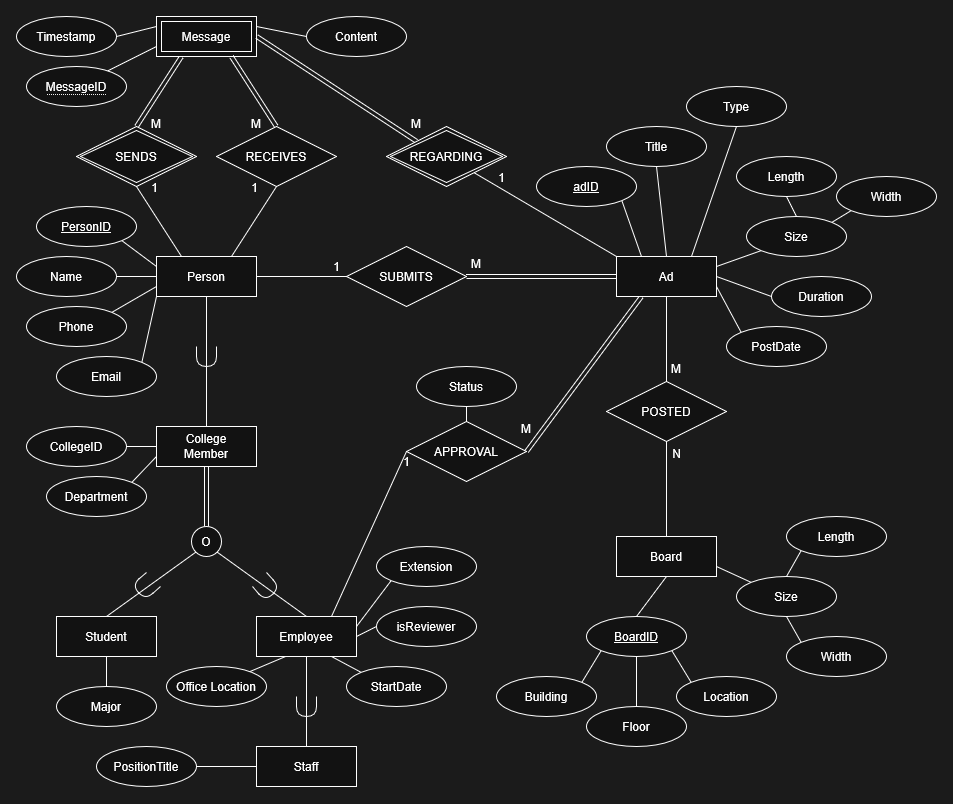
This is docs/eer-diagram.png from mikeverwer/AdPostingDatabase, a draw.io export, as it was before one commit. Source tidied: cells renumbered, new cells last; positions are measured from the earlier drawing's top-left corner, leaving out a move shared by most shapes.
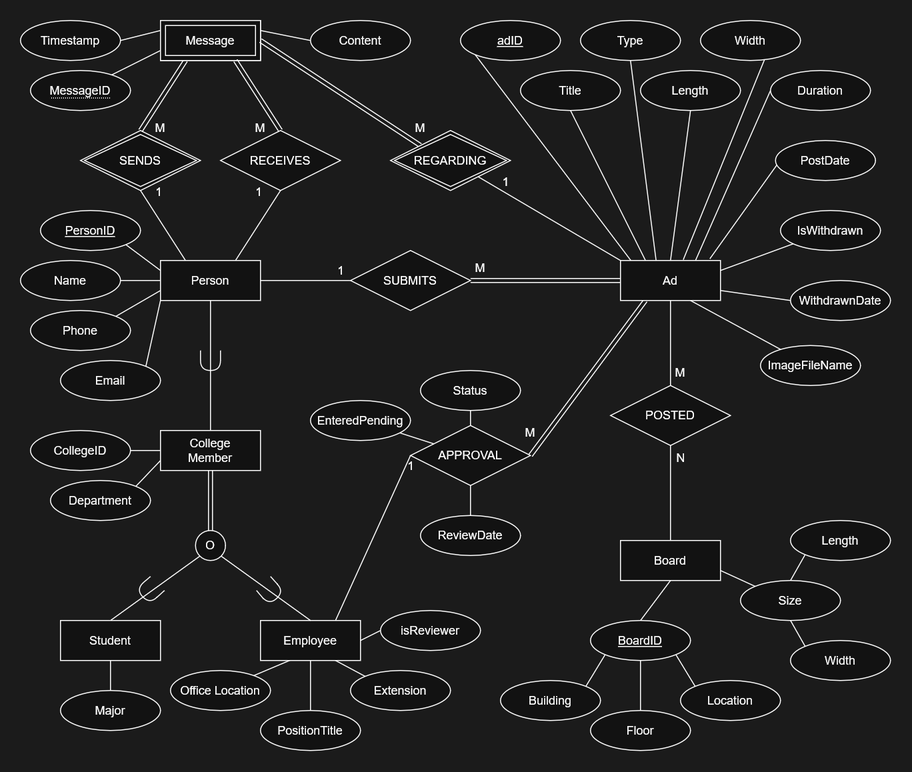
The same file after the commit.

Change to the diagram source:
```diff
@@ -1,4 +1,4 @@
-<mxGraphModel background="light-dark(#FFFFFF,#1B1B1B)">
+<mxGraphModel background="light-dark(#DCDCDC,#1B1B1B)">
   <root>
     <mxCell id="0" />
     <mxCell id="1" parent="0" />
@@ -71,31 +71,22 @@
     <mxCell id="24" style="edgeStyle=none;rounded=0;jettySize=auto;html=1;exitX=1;exitY=0.5;exitDx=0;exitDy=0;entryX=0;entryY=0.5;entryDx=0;entryDy=0;endArrow=none;endFill=0;" parent="1" edge="1" source="26" target="114">
       <mxGeometry relative="1" as="geometry" />
     </mxCell>
-    <mxCell id="25" style="edgeStyle=none;rounded=0;jettySize=auto;html=1;exitX=1;exitY=0.25;exitDx=0;exitDy=0;entryX=0;entryY=1;entryDx=0;entryDy=0;endArrow=none;endFill=0;" parent="1" edge="1" source="26" target="124">
-      <mxGeometry relative="1" as="geometry" />
-    </mxCell>
     <mxCell id="26" value="Employee" style="whiteSpace=wrap;html=1;align=center;" parent="1" vertex="1">
       <mxGeometry x="240" y="600" width="100" height="40" as="geometry" />
     </mxCell>
-    <mxCell id="27" style="edgeStyle=none;rounded=0;jettySize=auto;html=1;exitX=0.5;exitY=1;exitDx=0;exitDy=0;entryX=0.5;entryY=0;entryDx=0;entryDy=0;endArrow=none;endFill=0;" parent="1" edge="1" source="26" target="29">
-      <mxGeometry relative="1" as="geometry" />
-    </mxCell>
-    <mxCell id="28" style="edgeStyle=none;rounded=0;jettySize=auto;html=1;exitX=0;exitY=0.5;exitDx=0;exitDy=0;entryX=1;entryY=0.5;entryDx=0;entryDy=0;endArrow=none;endFill=0;" parent="1" edge="1" source="29" target="31">
+    <mxCell id="28" style="edgeStyle=none;rounded=0;jettySize=auto;html=1;exitX=0.5;exitY=1;exitDx=0;exitDy=0;entryX=0.5;entryY=0;entryDx=0;entryDy=0;endArrow=none;endFill=0;" parent="1" edge="1" source="26" target="31">
       <mxGeometry relative="1" as="geometry" />
     </mxCell>
-    <mxCell id="29" value="Staff" style="whiteSpace=wrap;html=1;align=center;" parent="1" vertex="1">
-      <mxGeometry x="240" y="730" width="100" height="40" as="geometry" />
-    </mxCell>
     <mxCell id="30" value="Major" style="ellipse;whiteSpace=wrap;html=1;align=center;" parent="1" vertex="1">
       <mxGeometry x="40" y="670" width="100" height="40" as="geometry" />
     </mxCell>
     <mxCell id="31" value="PositionTitle" style="ellipse;whiteSpace=wrap;html=1;align=center;" parent="1" vertex="1">
-      <mxGeometry x="80" y="730" width="100" height="40" as="geometry" />
+      <mxGeometry x="240" y="690" width="100" height="40" as="geometry" />
     </mxCell>
     <mxCell id="32" value="Office Location" style="ellipse;whiteSpace=wrap;html=1;align=center;" parent="1" vertex="1">
       <mxGeometry x="150" y="650" width="100" height="40" as="geometry" />
     </mxCell>
-    <mxCell id="33" value="&lt;div&gt;StartDate&lt;/div&gt;" style="ellipse;whiteSpace=wrap;html=1;align=center;" parent="1" vertex="1">
+    <mxCell id="33" value="Extension" style="ellipse;whiteSpace=wrap;html=1;align=center;" parent="1" vertex="1">
       <mxGeometry x="330" y="650" width="100" height="40" as="geometry" />
     </mxCell>
     <mxCell id="34" value="&lt;div align=&quot;center&quot;&gt;CollegeID&lt;/div&gt;" style="ellipse;whiteSpace=wrap;html=1;align=center;" parent="1" vertex="1">
@@ -119,24 +110,6 @@
         <mxPoint y="10" as="targetPoint" />
       </mxGeometry>
     </mxCell>
-    <mxCell id="39" style="group;rotation=90;" parent="1" vertex="1">
-      <mxGeometry x="280" y="680" width="20" height="20" as="geometry" />
-    </mxCell>
-    <mxCell id="40" style="shape=requiredInterface;html=1;verticalLabelPosition=bottom;sketch=0;rotation=90;" parent="39" vertex="1">
-      <mxGeometry x="5" y="5" width="10" height="20" as="geometry" />
-    </mxCell>
-    <mxCell id="41" style="endArrow=none;html=1;rounded=0;" parent="39" edge="1">
-      <mxGeometry relative="1" as="geometry">
-        <mxPoint x="20" as="sourcePoint" />
-        <mxPoint x="20" y="10" as="targetPoint" />
-      </mxGeometry>
-    </mxCell>
-    <mxCell id="42" style="endArrow=none;html=1;rounded=0;" parent="39" edge="1">
-      <mxGeometry relative="1" as="geometry">
-        <mxPoint as="sourcePoint" />
-        <mxPoint y="10" as="targetPoint" />
-      </mxGeometry>
-    </mxCell>
     <mxCell id="43" style="edgeStyle=none;rounded=0;jettySize=auto;html=1;exitX=0.5;exitY=0;exitDx=0;exitDy=0;entryX=0.5;entryY=1;entryDx=0;entryDy=0;endArrow=none;endFill=0;shape=link;" parent="1" edge="1" source="45" target="16">
       <mxGeometry relative="1" as="geometry" />
     </mxCell>
@@ -178,22 +151,19 @@
         <mxPoint x="-4" y="10" as="sourcePoint" />
       </mxGeometry>
     </mxCell>
-    <mxCell id="54" style="edgeStyle=none;rounded=0;jettySize=auto;html=1;exitX=0.25;exitY=0;exitDx=0;exitDy=0;entryX=1;entryY=1;entryDx=0;entryDy=0;endArrow=none;endFill=0;" parent="1" edge="1" source="63" target="65">
+    <mxCell id="54" style="edgeStyle=none;rounded=0;jettySize=auto;html=1;exitX=0.108;exitY=0.014;exitDx=0;exitDy=0;entryX=0;entryY=1;entryDx=0;entryDy=0;endArrow=none;endFill=0;exitPerimeter=0;" parent="1" edge="1" source="63" target="65">
       <mxGeometry relative="1" as="geometry" />
     </mxCell>
-    <mxCell id="55" style="edgeStyle=none;rounded=0;jettySize=auto;html=1;exitX=0.75;exitY=0;exitDx=0;exitDy=0;entryX=0.5;entryY=1;entryDx=0;entryDy=0;endArrow=none;endFill=0;" parent="1" edge="1" source="63" target="64">
+    <mxCell id="55" style="edgeStyle=none;rounded=0;jettySize=auto;html=1;exitX=0.356;exitY=0.002;exitDx=0;exitDy=0;entryX=0.5;entryY=1;entryDx=0;entryDy=0;endArrow=none;endFill=0;exitPerimeter=0;" parent="1" edge="1" source="63" target="64">
       <mxGeometry relative="1" as="geometry" />
     </mxCell>
-    <mxCell id="56" style="edgeStyle=none;rounded=0;jettySize=auto;html=1;exitX=1;exitY=0.25;exitDx=0;exitDy=0;entryX=0;entryY=1;entryDx=0;entryDy=0;endArrow=none;endFill=0;" parent="1" edge="1" source="63" target="70">
-      <mxGeometry relative="1" as="geometry" />
-    </mxCell>
-    <mxCell id="57" style="edgeStyle=none;rounded=0;jettySize=auto;html=1;exitX=1;exitY=0.5;exitDx=0;exitDy=0;entryX=0;entryY=0.5;entryDx=0;entryDy=0;endArrow=none;endFill=0;" parent="1" edge="1" source="63" target="67">
+    <mxCell id="57" style="edgeStyle=none;rounded=0;jettySize=auto;html=1;exitX=0.75;exitY=0;exitDx=0;exitDy=0;entryX=0;entryY=0.5;entryDx=0;entryDy=0;endArrow=none;endFill=0;" parent="1" edge="1" source="63" target="67">
       <mxGeometry relative="1" as="geometry" />
     </mxCell>
-    <mxCell id="58" style="edgeStyle=none;rounded=0;jettySize=auto;html=1;exitX=1;exitY=0.75;exitDx=0;exitDy=0;entryX=0;entryY=0;entryDx=0;entryDy=0;endArrow=none;endFill=0;" parent="1" edge="1" source="63" target="66">
+    <mxCell id="58" style="edgeStyle=none;rounded=0;jettySize=auto;html=1;exitX=0.894;exitY=-0.044;exitDx=0;exitDy=0;entryX=0;entryY=0;entryDx=0;entryDy=0;endArrow=none;endFill=0;exitPerimeter=0;" parent="1" edge="1" source="63" target="66">
       <mxGeometry relative="1" as="geometry" />
     </mxCell>
-    <mxCell id="59" style="edgeStyle=none;rounded=0;jettySize=auto;html=1;exitX=0.5;exitY=0;exitDx=0;exitDy=0;entryX=0.5;entryY=1;entryDx=0;entryDy=0;endArrow=none;endFill=0;" parent="1" edge="1" source="63" target="95">
+    <mxCell id="59" style="edgeStyle=none;rounded=0;jettySize=auto;html=1;exitX=0.25;exitY=0;exitDx=0;exitDy=0;entryX=0.5;entryY=1;entryDx=0;entryDy=0;endArrow=none;endFill=0;" parent="1" edge="1" source="63" target="95">
       <mxGeometry relative="1" as="geometry" />
     </mxCell>
     <mxCell id="60" style="edgeStyle=none;rounded=0;jettySize=auto;html=1;exitX=0.25;exitY=1;exitDx=0;exitDy=0;entryX=1;entryY=0.5;entryDx=0;entryDy=0;endArrow=none;endFill=0;shape=link;" parent="1" edge="1" source="63" target="107">
@@ -209,31 +179,28 @@
       <mxGeometry x="600" y="240" width="100" height="40" as="geometry" />
     </mxCell>
     <mxCell id="64" value="Type" style="ellipse;whiteSpace=wrap;html=1;align=center;" parent="1" vertex="1">
-      <mxGeometry x="670" y="69.9" width="100" height="40" as="geometry" />
+      <mxGeometry x="560" width="100" height="40" as="geometry" />
     </mxCell>
     <mxCell id="65" value="adID" style="ellipse;whiteSpace=wrap;html=1;align=center;fontStyle=4;" parent="1" vertex="1">
-      <mxGeometry x="520" y="150" width="100" height="40" as="geometry" />
+      <mxGeometry x="440" width="100" height="40" as="geometry" />
     </mxCell>
     <mxCell id="66" value="PostDate" style="ellipse;whiteSpace=wrap;html=1;align=center;" parent="1" vertex="1">
-      <mxGeometry x="710" y="310" width="100" height="40" as="geometry" />
+      <mxGeometry x="755" y="120" width="100" height="40" as="geometry" />
     </mxCell>
     <mxCell id="67" value="Duration" style="ellipse;whiteSpace=wrap;html=1;align=center;" parent="1" vertex="1">
-      <mxGeometry x="755" y="260" width="100" height="40" as="geometry" />
+      <mxGeometry x="750" y="50" width="100" height="40" as="geometry" />
     </mxCell>
-    <mxCell id="68" style="edgeStyle=none;rounded=0;jettySize=auto;html=1;exitX=0.5;exitY=0;exitDx=0;exitDy=0;entryX=0.5;entryY=1;entryDx=0;entryDy=0;endArrow=none;endFill=0;" parent="1" edge="1" source="70" target="71">
+    <mxCell id="68" style="edgeStyle=none;rounded=0;jettySize=auto;html=1;exitX=0.5;exitY=0;exitDx=0;exitDy=0;entryX=0.5;entryY=1;entryDx=0;entryDy=0;endArrow=none;endFill=0;" parent="1" edge="1" source="63" target="71">
       <mxGeometry relative="1" as="geometry" />
     </mxCell>
-    <mxCell id="69" style="edgeStyle=none;rounded=0;jettySize=auto;html=1;exitX=1;exitY=0;exitDx=0;exitDy=0;entryX=0;entryY=1;entryDx=0;entryDy=0;endArrow=none;endFill=0;" parent="1" edge="1" source="70" target="72">
+    <mxCell id="69" style="edgeStyle=none;rounded=0;jettySize=auto;html=1;exitX=0.628;exitY=-0.021;exitDx=0;exitDy=0;endArrow=none;endFill=0;exitPerimeter=0;entryX=0.651;entryY=0.91;entryDx=0;entryDy=0;entryPerimeter=0;" parent="1" edge="1" source="63" target="72">
       <mxGeometry relative="1" as="geometry" />
     </mxCell>
-    <mxCell id="70" value="Size" style="ellipse;whiteSpace=wrap;html=1;align=center;" parent="1" vertex="1">
-      <mxGeometry x="730" y="200" width="100" height="40" as="geometry" />
-    </mxCell>
     <mxCell id="71" value="Length" style="ellipse;whiteSpace=wrap;html=1;align=center;" parent="1" vertex="1">
-      <mxGeometry x="720" y="140" width="100" height="40" as="geometry" />
+      <mxGeometry x="620" y="50" width="100" height="40" as="geometry" />
     </mxCell>
     <mxCell id="72" value="Width" style="ellipse;whiteSpace=wrap;html=1;align=center;" parent="1" vertex="1">
-      <mxGeometry x="820" y="160" width="100" height="40" as="geometry" />
+      <mxGeometry x="680" width="100" height="40" as="geometry" />
     </mxCell>
     <mxCell id="73" style="edgeStyle=none;rounded=0;jettySize=auto;html=1;exitX=0.5;exitY=1;exitDx=0;exitDy=0;entryX=0.5;entryY=0;entryDx=0;entryDy=0;endArrow=none;endFill=0;" parent="1" edge="1" source="76" target="80">
       <mxGeometry relative="1" as="geometry" />
@@ -302,7 +269,7 @@
       <mxGeometry x="290" width="100" height="40" as="geometry" />
     </mxCell>
     <mxCell id="95" value="Title" style="ellipse;whiteSpace=wrap;html=1;align=center;" parent="1" vertex="1">
-      <mxGeometry x="590" y="110" width="100" height="40" as="geometry" />
+      <mxGeometry x="500" y="50" width="100" height="40" as="geometry" />
     </mxCell>
     <mxCell id="96" style="edgeStyle=none;rounded=0;jettySize=auto;html=1;exitX=0.5;exitY=0;exitDx=0;exitDy=0;entryX=0.25;entryY=1;entryDx=0;entryDy=0;endArrow=none;endFill=0;shape=link;" parent="1" edge="1" source="101" target="99">
       <mxGeometry relative="1" as="geometry" />
@@ -406,8 +373,35 @@
     <mxCell id="123" value="RECEIVES" style="shape=rhombus;perimeter=rhombusPerimeter;whiteSpace=wrap;html=1;align=center;" parent="1" vertex="1">
       <mxGeometry x="200" y="110" width="120" height="60" as="geometry" />
     </mxCell>
-    <mxCell id="124" value="Extension" style="ellipse;whiteSpace=wrap;html=1;align=center;" parent="1" vertex="1">
-      <mxGeometry x="360" y="530" width="100" height="40" as="geometry" />
-    </mxCell>
+    <mxCell id="125" style="edgeStyle=none;rounded=0;jettySize=auto;html=1;entryX=1;entryY=0.25;entryDx=0;entryDy=0;endArrow=none;endFill=0;" parent="1" edge="1" source="126" target="63">
+      <mxGeometry relative="1" as="geometry" />
+    </mxCell>
+    <mxCell id="126" value="IsWithdrawn" style="ellipse;whiteSpace=wrap;html=1;align=center;" parent="1" vertex="1">
+      <mxGeometry x="760" y="190" width="100" height="40" as="geometry" />
+    </mxCell>
+    <mxCell id="127" value="WithdrawnDate" style="ellipse;whiteSpace=wrap;html=1;align=center;" parent="1" vertex="1">
+      <mxGeometry x="770" y="260" width="100" height="40" as="geometry" />
+    </mxCell>
+    <mxCell id="128" value="ImageFileName" style="ellipse;whiteSpace=wrap;html=1;align=center;" parent="1" vertex="1">
+      <mxGeometry x="740" y="325" width="100" height="40" as="geometry" />
+    </mxCell>
+    <mxCell id="129" style="edgeStyle=none;rounded=0;jettySize=auto;html=1;entryX=1;entryY=0.75;entryDx=0;entryDy=0;exitX=0;exitY=0.5;exitDx=0;exitDy=0;endArrow=none;endFill=0;" parent="1" edge="1" source="127" target="63">
+      <mxGeometry relative="1" as="geometry" />
+    </mxCell>
+    <mxCell id="130" style="edgeStyle=none;rounded=0;jettySize=auto;html=1;entryX=0.701;entryY=1.002;entryDx=0;entryDy=0;entryPerimeter=0;endArrow=none;endFill=0;" parent="1" edge="1" source="128" target="63">
+      <mxGeometry relative="1" as="geometry" />
+    </mxCell>
+    <mxCell id="131" style="edgeStyle=none;rounded=0;jettySize=auto;html=1;entryX=0.5;entryY=1;entryDx=0;entryDy=0;endArrow=none;endFill=0;" parent="1" edge="1" source="132" target="107">
+      <mxGeometry relative="1" as="geometry" />
+    </mxCell>
+    <mxCell id="132" value="ReviewDate" style="ellipse;whiteSpace=wrap;html=1;align=center;" parent="1" vertex="1">
+      <mxGeometry x="400" y="495" width="100" height="40" as="geometry" />
+    </mxCell>
+    <mxCell id="133" style="edgeStyle=none;rounded=0;jettySize=auto;html=1;endArrow=none;endFill=0;" parent="1" edge="1" source="134" target="107">
+      <mxGeometry relative="1" as="geometry" />
+    </mxCell>
+    <mxCell id="134" value="EnteredPending" style="ellipse;whiteSpace=wrap;html=1;align=center;" parent="1" vertex="1">
+      <mxGeometry x="290" y="380" width="100" height="40" as="geometry" />
+    </mxCell>
   </root>
 </mxGraphModel>
```
